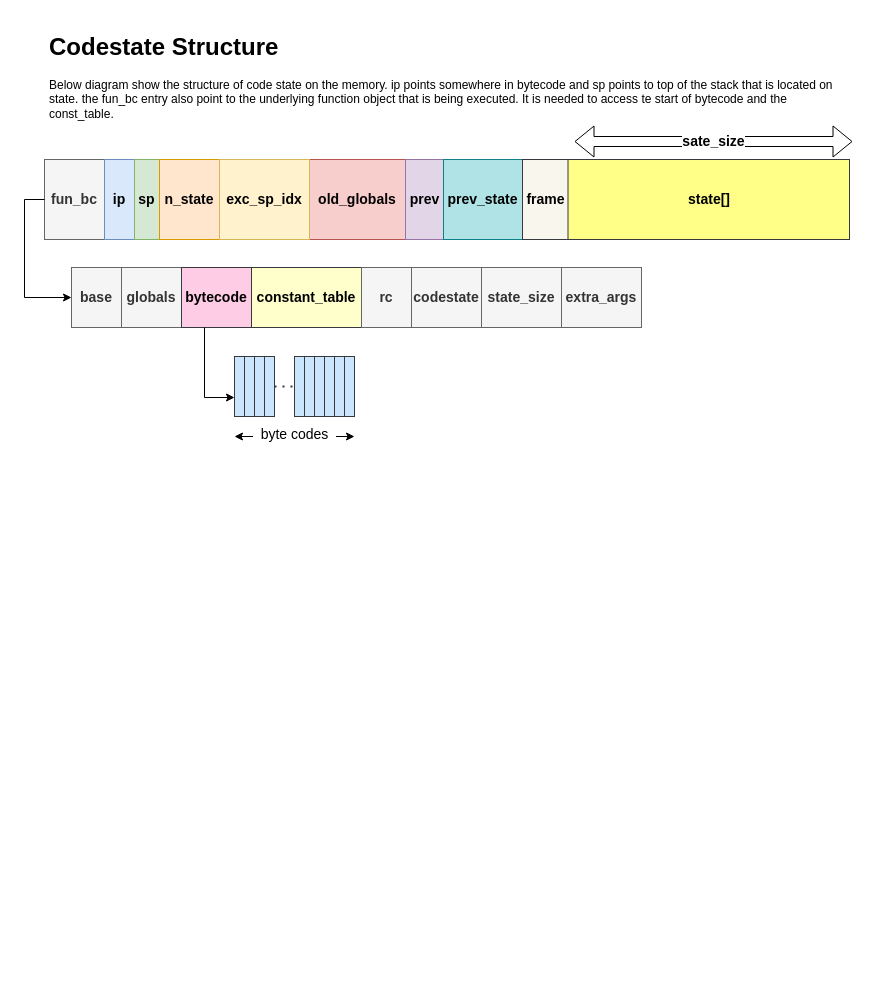
Before: uPyIWM/diagrams/code_state_structure_layout.drawio in over-infinity/-Tutorials, a draw.io diagram. Source tidied: cells renumbered, new cells numbered last; positions are measured from the earlier drawing's top-left corner, leaving out a move shared by most shapes. Both pictures are drawn from the tidied source at 100%, with x=0, y=0 at pixel (24, 27).
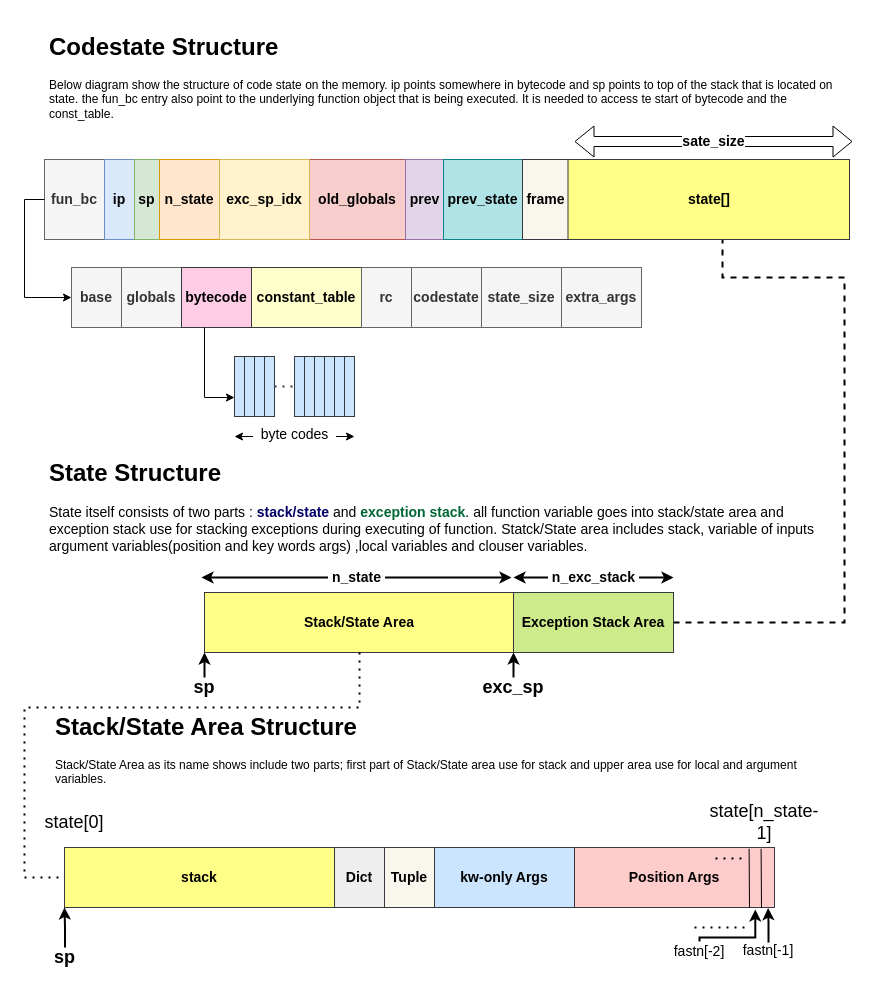
The same diagram, later.

Unchanged cells that the change refers to:
```xml
<mxCell id="3" style="group;" parent="1" vertex="1">
  <mxGeometry x="20" y="114" width="808" height="98" as="geometry" />
</mxCell>
```

Change to the diagram source:
```diff
@@
+    <mxCell id="14" value="sate_size" style="shape=flexArrow;endArrow=classic;startArrow=classic;html=1;rounded=0;fontSize=14;fillColor=default;fontStyle=1;" parent="3" edge="1">
+      <mxGeometry relative="1" as="geometry">
+        <mxPoint x="530" as="sourcePoint" />
+        <mxPoint x="808" as="targetPoint" />
+      </mxGeometry>
+    </mxCell>
+    <mxCell id="41" style="group;" parent="3" vertex="1">
+      <mxGeometry y="18" width="805" height="80" as="geometry" />
+    </mxCell>
-    <mxCell id="4" value="fun_bc" style="rounded=0;whiteSpace=wrap;html=1;fontStyle=1;horizontal=1;verticalAlign=middle;fontSize=14;fillColor=#f5f5f5;fontColor=#333333;strokeColor=#666666;" parent="3" vertex="1">
-      <mxGeometry y="18" width="60" height="80" as="geometry" />
+    <mxCell id="4" value="fun_bc" style="rounded=0;whiteSpace=wrap;html=1;fontStyle=1;horizontal=1;verticalAlign=middle;fontSize=14;fillColor=#f5f5f5;fontColor=#333333;strokeColor=#666666;" parent="41" vertex="1">
+      <mxGeometry width="60" height="80" as="geometry" />
     </mxCell>
-    <mxCell id="5" value="ip" style="rounded=0;whiteSpace=wrap;html=1;fontStyle=1;horizontal=1;fontSize=14;fillColor=#dae8fc;strokeColor=#6c8ebf;" parent="3" vertex="1">
-      <mxGeometry x="60" y="18" width="30" height="80" as="geometry" />
+    <mxCell id="5" value="ip" style="rounded=0;whiteSpace=wrap;html=1;fontStyle=1;horizontal=1;fontSize=14;fillColor=#dae8fc;strokeColor=#6c8ebf;" parent="41" vertex="1">
+      <mxGeometry x="60" width="30" height="80" as="geometry" />
     </mxCell>
-    <mxCell id="6" value="sp" style="rounded=0;whiteSpace=wrap;html=1;fontStyle=1;horizontal=1;fontSize=14;fillColor=#d5e8d4;strokeColor=#82b366;" parent="3" vertex="1">
-      <mxGeometry x="90" y="18" width="25" height="80" as="geometry" />
+    <mxCell id="6" value="sp" style="rounded=0;whiteSpace=wrap;html=1;fontStyle=1;horizontal=1;fontSize=14;fillColor=#d5e8d4;strokeColor=#82b366;" parent="41" vertex="1">
+      <mxGeometry x="90" width="25" height="80" as="geometry" />
     </mxCell>
-    <mxCell id="7" value="n_state" style="rounded=0;whiteSpace=wrap;html=1;fontStyle=1;horizontal=1;fontSize=14;fillColor=#ffe6cc;strokeColor=#d79b00;" parent="3" vertex="1">
-      <mxGeometry x="115" y="18" width="60" height="80" as="geometry" />
+    <mxCell id="7" value="n_state" style="rounded=0;whiteSpace=wrap;html=1;fontStyle=1;horizontal=1;fontSize=14;fillColor=#ffe6cc;strokeColor=#d79b00;" parent="41" vertex="1">
+      <mxGeometry x="115" width="60" height="80" as="geometry" />
     </mxCell>
-    <mxCell id="8" value="&lt;div style=&quot;font-size: 14px;&quot;&gt;old_globals&lt;/div&gt;" style="rounded=0;whiteSpace=wrap;html=1;fontStyle=1;horizontal=1;fontSize=14;fillColor=#f8cecc;strokeColor=#b85450;" parent="3" vertex="1">
-      <mxGeometry x="264" y="18" width="98" height="80" as="geometry" />
+    <mxCell id="8" value="&lt;div style=&quot;font-size: 14px;&quot;&gt;old_globals&lt;/div&gt;" style="rounded=0;whiteSpace=wrap;html=1;fontStyle=1;horizontal=1;fontSize=14;fillColor=#f8cecc;strokeColor=#b85450;" parent="41" vertex="1">
+      <mxGeometry x="264" width="98" height="80" as="geometry" />
     </mxCell>
-    <mxCell id="9" value="exc_sp_idx" style="rounded=0;whiteSpace=wrap;html=1;fontStyle=1;horizontal=1;fontSize=14;fillColor=#fff2cc;strokeColor=#d6b656;" parent="3" vertex="1">
-      <mxGeometry x="175" y="18" width="90" height="80" as="geometry" />
+    <mxCell id="9" value="exc_sp_idx" style="rounded=0;whiteSpace=wrap;html=1;fontStyle=1;horizontal=1;fontSize=14;fillColor=#fff2cc;strokeColor=#d6b656;" parent="41" vertex="1">
+      <mxGeometry x="175" width="90" height="80" as="geometry" />
     </mxCell>
-    <mxCell id="10" value="prev" style="rounded=0;whiteSpace=wrap;html=1;fontStyle=1;horizontal=1;fontSize=14;fillColor=#e1d5e7;strokeColor=#9673a6;" parent="3" vertex="1">
-      <mxGeometry x="361" y="18" width="39" height="80" as="geometry" />
+    <mxCell id="10" value="prev" style="rounded=0;whiteSpace=wrap;html=1;fontStyle=1;horizontal=1;fontSize=14;fillColor=#e1d5e7;strokeColor=#9673a6;" parent="41" vertex="1">
+      <mxGeometry x="361" width="39" height="80" as="geometry" />
     </mxCell>
-    <mxCell id="11" value="&lt;div style=&quot;font-size: 14px;&quot;&gt;prev_state&lt;/div&gt;" style="rounded=0;whiteSpace=wrap;html=1;fontStyle=1;horizontal=1;fontSize=14;fillColor=#b0e3e6;strokeColor=#0e8088;" parent="3" vertex="1">
-      <mxGeometry x="399" y="18" width="79" height="80" as="geometry" />
+    <mxCell id="11" value="&lt;div style=&quot;font-size: 14px;&quot;&gt;prev_state&lt;/div&gt;" style="rounded=0;whiteSpace=wrap;html=1;fontStyle=1;horizontal=1;fontSize=14;fillColor=#b0e3e6;strokeColor=#0e8088;" parent="41" vertex="1">
+      <mxGeometry x="399" width="79" height="80" as="geometry" />
     </mxCell>
-    <mxCell id="12" value="frame" style="rounded=0;whiteSpace=wrap;html=1;fontStyle=1;horizontal=1;fontSize=14;fillColor=#f9f7ed;strokeColor=#36393d;" parent="3" vertex="1">
-      <mxGeometry x="478" y="18" width="46.5" height="80" as="geometry" />
+    <mxCell id="12" value="frame" style="rounded=0;whiteSpace=wrap;html=1;fontStyle=1;horizontal=1;fontSize=14;fillColor=#f9f7ed;strokeColor=#36393d;" parent="41" vertex="1">
+      <mxGeometry x="478" width="46.5" height="80" as="geometry" />
     </mxCell>
-    <mxCell id="13" value="state[]" style="rounded=0;whiteSpace=wrap;html=1;fontStyle=1;horizontal=1;fontSize=14;fillColor=#ffff88;strokeColor=#36393d;" parent="3" vertex="1">
-      <mxGeometry x="523.5" y="18" width="281.5" height="80" as="geometry" />
+    <mxCell id="13" value="state[]" style="rounded=0;whiteSpace=wrap;html=1;fontStyle=1;horizontal=1;fontSize=14;fillColor=#ffff88;strokeColor=#36393d;" parent="41" vertex="1">
+      <mxGeometry x="523.5" width="281.5" height="80" as="geometry" />
     </mxCell>
-    <mxCell id="14" value="sate_size" style="shape=flexArrow;endArrow=classic;startArrow=classic;html=1;rounded=0;fontSize=14;fillColor=default;fontStyle=1;" parent="3" edge="1">
-      <mxGeometry relative="1" as="geometry">
-        <mxPoint x="530" as="sourcePoint" />
-        <mxPoint x="808" as="targetPoint" />
-      </mxGeometry>
-    </mxCell>
@@
+    <mxCell id="42" value="&lt;h1&gt;State Structure&lt;br&gt;&lt;/h1&gt;&lt;p&gt;&lt;font style=&quot;font-size: 14px&quot;&gt;State itself consists of two parts : &lt;font color=&quot;#000066&quot;&gt;&lt;b&gt;stack/state &lt;/b&gt;&lt;/font&gt;and &lt;b&gt;&lt;font color=&quot;#006633&quot;&gt;exception stack&lt;/font&gt;&lt;/b&gt;. all function variable goes into stack/state area and exception stack use for stacking exceptions during executing of function. Statck/State area includes stack, variable of inputs argument variables(position and key words args) ,local variables and clouser variables.&lt;/font&gt;&lt;br&gt;&lt;/p&gt;" style="text;html=1;strokeColor=none;fillColor=none;spacing=5;spacingTop=-20;whiteSpace=wrap;overflow=hidden;rounded=0;" parent="1" vertex="1">
+      <mxGeometry x="20" y="426" width="800" height="120" as="geometry" />
+    </mxCell>
+    <mxCell id="43" style="endArrow=none;dashed=1;html=1;rounded=0;fontSize=14;fontColor=#000000;entryX=0.549;entryY=1.005;entryDx=0;entryDy=0;entryPerimeter=0;exitX=1;exitY=0.5;exitDx=0;exitDy=0;strokeWidth=2;" parent="1" edge="1" source="48" target="13">
+      <mxGeometry relative="1" as="geometry">
+        <Array as="points">
+          <mxPoint x="820" y="595" />
+          <mxPoint x="820" y="250" />
+          <mxPoint x="698" y="250" />
+        </Array>
+      </mxGeometry>
+    </mxCell>
+    <mxCell id="44" style="group;fontStyle=1;" parent="1" vertex="1">
+      <mxGeometry x="177" y="550" width="472" height="75" as="geometry" />
+    </mxCell>
+    <mxCell id="45" value="&amp;nbsp;n_state&amp;nbsp; " style="endArrow=classic;startArrow=classic;html=1;rounded=0;fontSize=14;fontColor=#000000;strokeWidth=2;fontStyle=1;" parent="44" edge="1">
+      <mxGeometry relative="1" as="geometry">
+        <mxPoint as="sourcePoint" />
+        <mxPoint x="310" as="targetPoint" />
+      </mxGeometry>
+    </mxCell>
+    <mxCell id="46" value="&amp;nbsp;n_exc_stack&amp;nbsp; " style="endArrow=classic;startArrow=classic;html=1;rounded=0;fontSize=14;fontColor=#000000;strokeWidth=2;fontStyle=1;" parent="44" edge="1">
+      <mxGeometry relative="1" as="geometry">
+        <mxPoint x="312" as="sourcePoint" />
+        <mxPoint x="472" as="targetPoint" />
+      </mxGeometry>
+    </mxCell>
+    <mxCell id="47" value="&lt;span&gt;Stack/State Area&lt;/span&gt;" style="rounded=0;whiteSpace=wrap;html=1;labelBackgroundColor=none;fontSize=14;fontStyle=1;fillColor=#ffff88;strokeColor=#36393d;" parent="44" vertex="1">
+      <mxGeometry x="3" y="15" width="310" height="60" as="geometry" />
+    </mxCell>
+    <mxCell id="48" value="Exception Stack Area" style="rounded=0;whiteSpace=wrap;html=1;labelBackgroundColor=none;fontSize=14;fontStyle=1;fillColor=#cdeb8b;strokeColor=#36393d;" parent="44" vertex="1">
+      <mxGeometry x="312" y="15" width="160" height="60" as="geometry" />
+    </mxCell>
+    <mxCell id="49" style="edgeStyle=orthogonalEdgeStyle;rounded=0;jettySize=auto;html=1;entryX=0;entryY=1;entryDx=0;entryDy=0;fontSize=20;fontColor=#000000;strokeWidth=2;" parent="1" edge="1" source="50" target="47">
+      <mxGeometry relative="1" as="geometry" />
+    </mxCell>
+    <mxCell id="50" value="sp" style="text;html=1;strokeColor=none;fillColor=none;align=center;verticalAlign=middle;whiteSpace=wrap;rounded=0;labelBackgroundColor=none;fontSize=18;fontColor=#000000;fontStyle=1;" parent="1" vertex="1">
+      <mxGeometry x="150" y="650" width="60" height="20" as="geometry" />
+    </mxCell>
+    <mxCell id="51" style="edgeStyle=orthogonalEdgeStyle;rounded=0;jettySize=auto;html=1;entryX=0;entryY=1;entryDx=0;entryDy=0;fontSize=20;fontColor=#000000;strokeWidth=2;" parent="1" edge="1" source="52" target="48">
+      <mxGeometry relative="1" as="geometry" />
+    </mxCell>
+    <mxCell id="52" value="exc_sp" style="text;html=1;strokeColor=none;fillColor=none;align=center;verticalAlign=middle;whiteSpace=wrap;rounded=0;labelBackgroundColor=none;fontSize=18;fontColor=#000000;fontStyle=1;" parent="1" vertex="1">
+      <mxGeometry x="459" y="650" width="60" height="20" as="geometry" />
+    </mxCell>
+    <mxCell id="53" value="&lt;h1&gt;Stack/State Area Structure&lt;br&gt;&lt;/h1&gt;Stack/State Area as its name shows include two parts; first part of Stack/State area use for stack and upper area use for local and argument variables.&amp;nbsp; " style="text;html=1;strokeColor=none;fillColor=none;spacing=5;spacingTop=-20;whiteSpace=wrap;overflow=hidden;rounded=0;" parent="1" vertex="1">
+      <mxGeometry x="26" y="680" width="784" height="100" as="geometry" />
+    </mxCell>
+    <mxCell id="54" value="Position Args" style="rounded=0;whiteSpace=wrap;html=1;labelBackgroundColor=none;fontSize=14;fillColor=#ffcccc;strokeColor=#36393d;fontStyle=1;" parent="1" vertex="1">
+      <mxGeometry x="550" y="820" width="200" height="60" as="geometry" />
+    </mxCell>
+    <mxCell id="55" value="kw-only Args" style="rounded=0;whiteSpace=wrap;html=1;labelBackgroundColor=none;fontSize=14;fillColor=#cce5ff;strokeColor=#36393d;fontStyle=1;" parent="1" vertex="1">
+      <mxGeometry x="410" y="820" width="140" height="60" as="geometry" />
+    </mxCell>
+    <mxCell id="56" value="Tuple" style="rounded=0;whiteSpace=wrap;html=1;labelBackgroundColor=none;fontSize=14;fillColor=#f9f7ed;strokeColor=#36393d;fontStyle=1;" parent="1" vertex="1">
+      <mxGeometry x="360" y="820" width="50" height="60" as="geometry" />
+    </mxCell>
+    <mxCell id="57" value="Dict" style="rounded=0;whiteSpace=wrap;html=1;labelBackgroundColor=none;fontSize=14;fillColor=#eeeeee;strokeColor=#36393d;fontStyle=1;" parent="1" vertex="1">
+      <mxGeometry x="310" y="820" width="50" height="60" as="geometry" />
+    </mxCell>
+    <mxCell id="58" value="stack" style="rounded=0;whiteSpace=wrap;html=1;labelBackgroundColor=none;fontSize=14;fillColor=#ffff88;strokeColor=#36393d;fontStyle=1;" parent="1" vertex="1">
+      <mxGeometry x="40" y="820" width="270" height="60" as="geometry" />
+    </mxCell>
+    <mxCell id="59" value="state[0]" style="text;html=1;strokeColor=none;fillColor=none;align=center;verticalAlign=middle;whiteSpace=wrap;rounded=0;labelBackgroundColor=none;fontSize=18;fontColor=#000000;" parent="1" vertex="1">
+      <mxGeometry x="20" y="780" width="60" height="30" as="geometry" />
+    </mxCell>
+    <mxCell id="60" value="state[n_state-1]" style="text;html=1;strokeColor=none;fillColor=none;align=center;verticalAlign=middle;whiteSpace=wrap;rounded=0;labelBackgroundColor=none;fontSize=18;fontColor=#000000;" parent="1" vertex="1">
+      <mxGeometry x="710" y="780" width="60" height="30" as="geometry" />
+    </mxCell>
+    <mxCell id="61" style="edgeStyle=orthogonalEdgeStyle;rounded=0;jettySize=auto;html=1;entryX=0;entryY=1;entryDx=0;entryDy=0;fontSize=18;fontColor=#000000;strokeWidth=2;" parent="1" edge="1" source="62" target="58">
+      <mxGeometry relative="1" as="geometry" />
+    </mxCell>
+    <mxCell id="62" value="sp" style="text;html=1;strokeColor=none;fillColor=none;align=center;verticalAlign=middle;whiteSpace=wrap;rounded=0;labelBackgroundColor=none;fontSize=18;fontColor=#000000;fontStyle=1;" parent="1" vertex="1">
+      <mxGeometry x="21" y="920" width="39" height="20" as="geometry" />
+    </mxCell>
+    <mxCell id="63" style="endArrow=none;dashed=1;html=1;dashPattern=1 3;strokeWidth=2;rounded=0;fontSize=18;fontColor=#000000;exitX=0.5;exitY=1;exitDx=0;exitDy=0;entryX=0;entryY=0.5;entryDx=0;entryDy=0;" parent="1" edge="1" source="47" target="58">
+      <mxGeometry relative="1" as="geometry">
+        <Array as="points">
+          <mxPoint x="335" y="680" />
+          <mxPoint y="680" />
+          <mxPoint y="850" />
+        </Array>
+      </mxGeometry>
+    </mxCell>
+    <mxCell id="64" style="edgeStyle=orthogonalEdgeStyle;rounded=0;jettySize=auto;html=1;entryX=0.968;entryY=1.01;entryDx=0;entryDy=0;entryPerimeter=0;fontSize=14;fontColor=#000000;strokeWidth=2;" parent="1" edge="1" source="65" target="54">
+      <mxGeometry relative="1" as="geometry" />
+    </mxCell>
+    <mxCell id="65" value="fastn[-1]" style="text;html=1;strokeColor=none;fillColor=none;align=center;verticalAlign=middle;whiteSpace=wrap;rounded=0;labelBackgroundColor=none;fontSize=14;fontColor=#000000;" parent="1" vertex="1">
+      <mxGeometry x="714" y="915" width="60" height="15" as="geometry" />
+    </mxCell>
+    <mxCell id="66" style="edgeStyle=orthogonalEdgeStyle;rounded=0;jettySize=auto;html=1;entryX=0.904;entryY=1.033;entryDx=0;entryDy=0;entryPerimeter=0;fontSize=14;fontColor=#000000;strokeWidth=2;" parent="1" edge="1" source="67" target="54">
+      <mxGeometry relative="1" as="geometry">
+        <Array as="points">
+          <mxPoint x="675" y="910" />
+          <mxPoint x="731" y="910" />
+        </Array>
+      </mxGeometry>
+    </mxCell>
+    <mxCell id="67" value="fastn[-2]" style="text;html=1;strokeColor=none;fillColor=none;align=center;verticalAlign=middle;whiteSpace=wrap;rounded=0;labelBackgroundColor=none;fontSize=14;fontColor=#000000;" parent="1" vertex="1">
+      <mxGeometry x="645" y="914" width="60" height="20" as="geometry" />
+    </mxCell>
+    <mxCell id="68" style="endArrow=none;dashed=1;html=1;dashPattern=1 3;strokeWidth=2;rounded=0;fontSize=14;fontColor=#000000;" parent="1" edge="1">
+      <mxGeometry relative="1" as="geometry">
+        <mxPoint x="670" y="900" as="sourcePoint" />
+        <mxPoint x="720" y="900" as="targetPoint" />
+      </mxGeometry>
+    </mxCell>
+    <mxCell id="69" style="endArrow=none;html=1;rounded=0;fontSize=14;fontColor=#000000;strokeWidth=1;entryX=0.868;entryY=0.021;entryDx=0;entryDy=0;entryPerimeter=0;" parent="1" edge="1">
+      <mxGeometry relative="1" as="geometry">
+        <mxPoint x="737" y="880" as="sourcePoint" />
+        <mxPoint x="736.6" y="821.3" as="targetPoint" />
+      </mxGeometry>
+    </mxCell>
+    <mxCell id="70" style="endArrow=none;html=1;rounded=0;fontSize=14;fontColor=#000000;strokeWidth=1;entryX=0.868;entryY=0.021;entryDx=0;entryDy=0;entryPerimeter=0;" parent="1" edge="1">
+      <mxGeometry relative="1" as="geometry">
+        <mxPoint x="725" y="880" as="sourcePoint" />
+        <mxPoint x="724.6" y="821.3" as="targetPoint" />
+      </mxGeometry>
+    </mxCell>
+    <mxCell id="71" style="endArrow=none;dashed=1;html=1;dashPattern=1 3;strokeWidth=2;rounded=0;fontSize=14;fontColor=#000000;" parent="1" edge="1">
+      <mxGeometry relative="1" as="geometry">
+        <mxPoint x="691" y="831" as="sourcePoint" />
+        <mxPoint x="721" y="831" as="targetPoint" />
+      </mxGeometry>
+    </mxCell>
```
